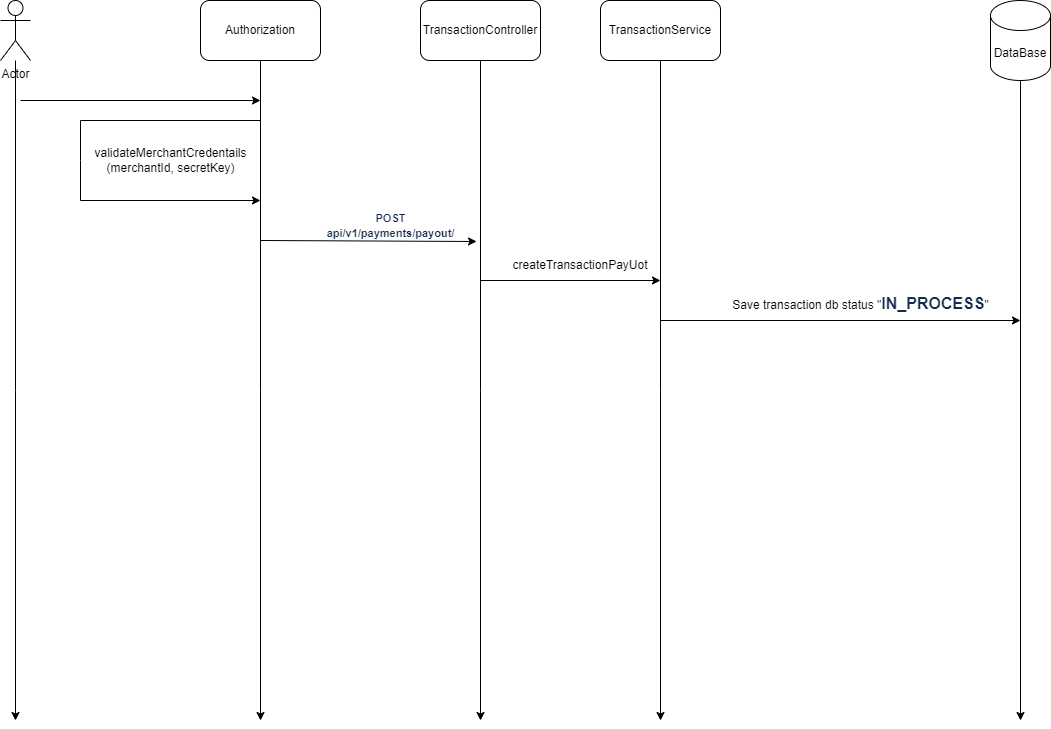
Earlier version of the draw.io export src/main/resources/sequencePayUot.png (554455/FakePaymentProvider). Source tidied: cells renumbered, new cells last; positions are measured from the earlier drawing's top-left corner, leaving out a move shared by most shapes. Its diagram source:
```xml
<mxGraphModel>
  <root>
    <mxCell id="0" />
    <mxCell id="1" parent="0" />
    <mxCell id="2" style="edgeStyle=orthogonalEdgeStyle;rounded=0;jettySize=auto;html=1;" parent="1" edge="1" source="3">
      <mxGeometry relative="1" as="geometry">
        <mxPoint x="15" y="720" as="targetPoint" />
      </mxGeometry>
    </mxCell>
    <mxCell id="3" value="Actor" style="shape=umlActor;verticalLabelPosition=bottom;verticalAlign=top;html=1;outlineConnect=0;" parent="1" vertex="1">
      <mxGeometry width="30" height="60" as="geometry" />
    </mxCell>
    <mxCell id="4" style="edgeStyle=orthogonalEdgeStyle;rounded=0;jettySize=auto;html=1;" parent="1" edge="1" source="5">
      <mxGeometry relative="1" as="geometry">
        <mxPoint x="260" y="720" as="targetPoint" />
      </mxGeometry>
    </mxCell>
    <mxCell id="5" value="Authorization" style="rounded=1;whiteSpace=wrap;html=1;" parent="1" vertex="1">
      <mxGeometry x="200" width="120" height="60" as="geometry" />
    </mxCell>
    <mxCell id="6" value="validateMerchantCredentails&lt;div&gt;(merchantId, secretKey)&lt;/div&gt;" style="text;html=1;align=center;verticalAlign=middle;strokeColor=none;fillColor=none;" parent="1" vertex="1">
      <mxGeometry x="80" y="140" width="180" height="40" as="geometry" />
    </mxCell>
    <mxCell id="7" style="endArrow=classic;html=1;rounded=0;" parent="1" edge="1">
      <mxGeometry relative="1" as="geometry">
        <mxPoint x="260" y="120" as="sourcePoint" />
        <mxPoint x="260" y="200" as="targetPoint" />
        <Array as="points">
          <mxPoint x="80" y="120" />
          <mxPoint x="80" y="160" />
          <mxPoint x="80" y="200" />
        </Array>
      </mxGeometry>
    </mxCell>
    <mxCell id="8" style="endArrow=classic;html=1;rounded=0;" parent="1" edge="1">
      <mxGeometry relative="1" as="geometry">
        <mxPoint x="20" y="100" as="sourcePoint" />
        <mxPoint x="260" y="100" as="targetPoint" />
      </mxGeometry>
    </mxCell>
    <mxCell id="9" style="edgeStyle=orthogonalEdgeStyle;rounded=0;jettySize=auto;html=1;" parent="1" edge="1" source="10">
      <mxGeometry relative="1" as="geometry">
        <mxPoint x="480" y="720" as="targetPoint" />
      </mxGeometry>
    </mxCell>
    <mxCell id="10" value="TransactionController" style="rounded=1;whiteSpace=wrap;html=1;" parent="1" vertex="1">
      <mxGeometry x="420" width="120" height="60" as="geometry" />
    </mxCell>
    <mxCell id="11" style="endArrow=classic;html=1;rounded=0;entryX=0.978;entryY=1.033;entryDx=0;entryDy=0;entryPerimeter=0;" parent="1" edge="1" target="12">
      <mxGeometry relative="1" as="geometry">
        <mxPoint x="260" y="240" as="sourcePoint" />
      </mxGeometry>
    </mxCell>
    <mxCell id="12" value="&lt;span id=&quot;docs-internal-guid-46ba751d-7fff-ad14-018d-6a69325d8f06&quot;&gt;&lt;span style=&quot;color: rgb(23, 43, 77); background-color: transparent; font-weight: 700; font-variant-numeric: normal; font-variant-east-asian: normal; font-variant-alternates: normal; font-variant-position: normal; vertical-align: baseline; white-space: pre-wrap;&quot;&gt;&lt;font style=&quot;font-size: 11px;&quot; face=&quot;Helvetica&quot;&gt;POST api/v1/payments/payout/&lt;/font&gt;&lt;/span&gt;&lt;/span&gt;" style="text;html=1;align=center;verticalAlign=middle;points=[];strokeColor=none;fillColor=none;" parent="1" vertex="1">
      <mxGeometry x="300" y="210" width="180" height="30" as="geometry" />
    </mxCell>
    <mxCell id="13" style="edgeStyle=orthogonalEdgeStyle;rounded=0;jettySize=auto;html=1;" parent="1" edge="1" source="14">
      <mxGeometry relative="1" as="geometry">
        <mxPoint x="660" y="720" as="targetPoint" />
      </mxGeometry>
    </mxCell>
    <mxCell id="14" value="TransactionService" style="rounded=1;whiteSpace=wrap;html=1;" parent="1" vertex="1">
      <mxGeometry x="600" width="120" height="60" as="geometry" />
    </mxCell>
    <mxCell id="15" style="endArrow=classic;html=1;rounded=0;" parent="1" edge="1">
      <mxGeometry relative="1" as="geometry">
        <mxPoint x="480" y="280" as="sourcePoint" />
        <mxPoint x="660" y="280" as="targetPoint" />
      </mxGeometry>
    </mxCell>
    <mxCell id="16" value="createTransactionPayUot" style="text;html=1;align=center;verticalAlign=middle;whiteSpace=wrap;rounded=0;" parent="1" vertex="1">
      <mxGeometry x="550" y="250" width="60" height="30" as="geometry" />
    </mxCell>
    <mxCell id="17" style="edgeStyle=orthogonalEdgeStyle;rounded=0;orthogonalLoop=1;jettySize=auto;html=1;" parent="1" edge="1">
      <mxGeometry relative="1" as="geometry">
        <mxPoint x="1020" y="80" as="sourcePoint" />
        <mxPoint x="1020" y="720" as="targetPoint" />
      </mxGeometry>
    </mxCell>
    <mxCell id="18" value="DataBase" style="shape=cylinder3;whiteSpace=wrap;html=1;boundedLbl=1;backgroundOutline=1;size=15;" parent="1" vertex="1">
      <mxGeometry x="990" width="60" height="80" as="geometry" />
    </mxCell>
    <mxCell id="19" style="endArrow=classic;html=1;rounded=0;" parent="1" edge="1">
      <mxGeometry relative="1" as="geometry">
        <mxPoint x="660" y="320" as="sourcePoint" />
        <mxPoint x="1020" y="320" as="targetPoint" />
      </mxGeometry>
    </mxCell>
    <mxCell id="20" value="Save transaction db status &quot;&lt;span id=&quot;docs-internal-guid-a6cbec50-7fff-b42a-b525-84aed382da35&quot;&gt;&lt;span style=&quot;font-size: 12pt; font-family: Arial, sans-serif; color: rgb(23, 43, 77); background-color: transparent; font-weight: 700; font-variant-numeric: normal; font-variant-east-asian: normal; font-variant-alternates: normal; font-variant-position: normal; vertical-align: baseline; white-space: pre-wrap;&quot;&gt;IN_PROCESS&lt;/span&gt;&lt;/span&gt;&quot;" style="text;html=1;align=center;verticalAlign=middle;strokeColor=none;fillColor=none;" parent="1" vertex="1">
      <mxGeometry x="720" y="288" width="280" height="30" as="geometry" />
    </mxCell>
  </root>
</mxGraphModel>
```
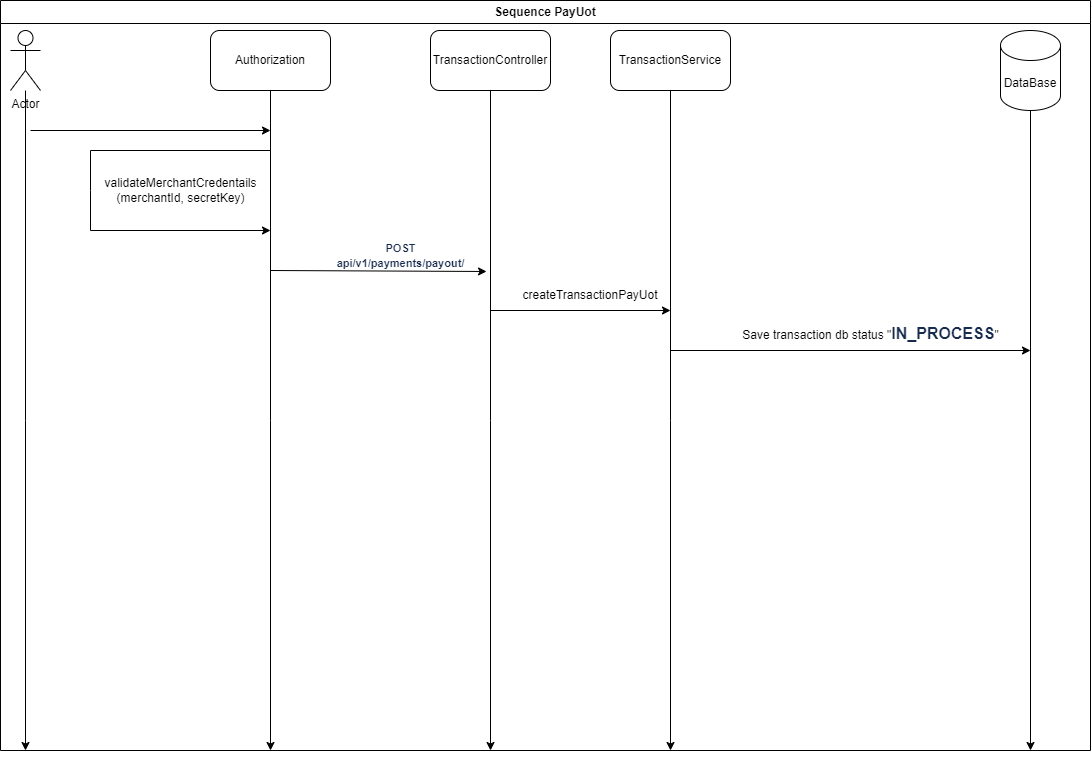
After the commit.

What changed in the source:
```diff
@@ -89,5 +89,8 @@
     <mxCell id="20" value="Save transaction db status &quot;&lt;span id=&quot;docs-internal-guid-a6cbec50-7fff-b42a-b525-84aed382da35&quot;&gt;&lt;span style=&quot;font-size: 12pt; font-family: Arial, sans-serif; color: rgb(23, 43, 77); background-color: transparent; font-weight: 700; font-variant-numeric: normal; font-variant-east-asian: normal; font-variant-alternates: normal; font-variant-position: normal; vertical-align: baseline; white-space: pre-wrap;&quot;&gt;IN_PROCESS&lt;/span&gt;&lt;/span&gt;&quot;" style="text;html=1;align=center;verticalAlign=middle;strokeColor=none;fillColor=none;" parent="1" vertex="1">
       <mxGeometry x="720" y="288" width="280" height="30" as="geometry" />
     </mxCell>
+    <mxCell id="21" value="Sequence PayUot" style="swimlane;whiteSpace=wrap;html=1;" parent="1" vertex="1">
+      <mxGeometry x="-10" y="-30" width="1090" height="750" as="geometry" />
+    </mxCell>
   </root>
 </mxGraphModel>
```
